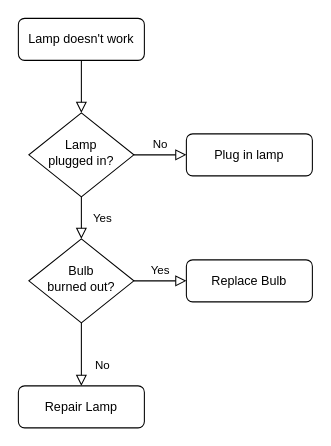
The draw.io diagram DrawIOFiles/MyFirstTest.drawio in vivelejrlee/DrawIO, before the edit. Source tidied: cells renumbered, new cells numbered last; positions are measured from the earlier drawing's top-left corner, leaving out a move shared by most shapes. Both pictures are drawn from the tidied source at 105%, with x=0, y=0 at pixel (18, 18).
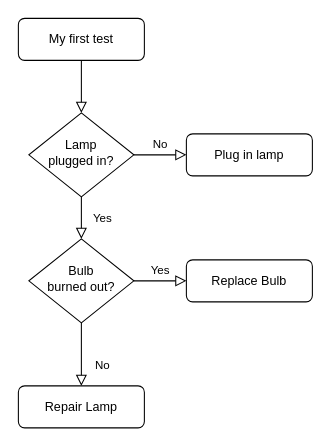
Above is the later version.

Change to the diagram source:
```diff
@@
 <mxGraphModel>
   <root>
     <mxCell id="0" />
     <mxCell id="1" parent="0" />
     <mxCell id="2" style="rounded=0;html=1;jettySize=auto;fontSize=11;endArrow=block;endFill=0;endSize=8;strokeWidth=1;shadow=0;labelBackgroundColor=none;edgeStyle=orthogonalEdgeStyle;" parent="1" edge="1" source="3" target="6">
       <mxGeometry relative="1" as="geometry" />
     </mxCell>
-    <mxCell id="3" value="Lamp doesn't work" style="rounded=1;whiteSpace=wrap;html=1;fontSize=12;glass=0;strokeWidth=1;shadow=0;" parent="1" vertex="1">
+    <mxCell id="3" value="My first test" style="rounded=1;whiteSpace=wrap;html=1;fontSize=12;glass=0;strokeWidth=1;shadow=0;" parent="1" vertex="1">
       <mxGeometry width="120" height="40" as="geometry" />
     </mxCell>
     <mxCell id="4" value="Yes" style="rounded=0;html=1;jettySize=auto;fontSize=11;endArrow=block;endFill=0;endSize=8;strokeWidth=1;shadow=0;labelBackgroundColor=none;edgeStyle=orthogonalEdgeStyle;" parent="1" edge="1" source="6" target="10">
       <mxGeometry y="20" relative="1" as="geometry" />
     </mxCell>
     <mxCell id="5" value="No" style="edgeStyle=orthogonalEdgeStyle;rounded=0;html=1;jettySize=auto;fontSize=11;endArrow=block;endFill=0;endSize=8;strokeWidth=1;shadow=0;labelBackgroundColor=none;" parent="1" edge="1" source="6" target="7">
       <mxGeometry y="10" relative="1" as="geometry" />
     </mxCell>
     <mxCell id="6" value="Lamp&lt;br&gt;plugged in?" style="rhombus;whiteSpace=wrap;html=1;shadow=0;fontFamily=Helvetica;fontSize=12;align=center;strokeWidth=1;spacing=6;spacingTop=-4;" parent="1" vertex="1">
       <mxGeometry x="10" y="90" width="100" height="80" as="geometry" />
     </mxCell>
     <mxCell id="7" value="Plug in lamp" style="rounded=1;whiteSpace=wrap;html=1;fontSize=12;glass=0;strokeWidth=1;shadow=0;" parent="1" vertex="1">
       <mxGeometry x="160" y="110" width="120" height="40" as="geometry" />
     </mxCell>
     <mxCell id="8" value="No" style="rounded=0;html=1;jettySize=auto;fontSize=11;endArrow=block;endFill=0;endSize=8;strokeWidth=1;shadow=0;labelBackgroundColor=none;edgeStyle=orthogonalEdgeStyle;" parent="1" edge="1" source="10" target="11">
       <mxGeometry x="0.33" y="20" relative="1" as="geometry" />
     </mxCell>
     <mxCell id="9" value="Yes" style="edgeStyle=orthogonalEdgeStyle;rounded=0;html=1;jettySize=auto;fontSize=11;endArrow=block;endFill=0;endSize=8;strokeWidth=1;shadow=0;labelBackgroundColor=none;" parent="1" edge="1" source="10" target="12">
       <mxGeometry y="10" relative="1" as="geometry" />
     </mxCell>
     <mxCell id="10" value="Bulb&lt;br&gt;burned out?" style="rhombus;whiteSpace=wrap;html=1;shadow=0;fontFamily=Helvetica;fontSize=12;align=center;strokeWidth=1;spacing=6;spacingTop=-4;" parent="1" vertex="1">
       <mxGeometry x="10" y="210" width="100" height="80" as="geometry" />
     </mxCell>
     <mxCell id="11" value="Repair Lamp" style="rounded=1;whiteSpace=wrap;html=1;fontSize=12;glass=0;strokeWidth=1;shadow=0;" parent="1" vertex="1">
       <mxGeometry y="350" width="120" height="40" as="geometry" />
     </mxCell>
     <mxCell id="12" value="Replace Bulb" style="rounded=1;whiteSpace=wrap;html=1;fontSize=12;glass=0;strokeWidth=1;shadow=0;" parent="1" vertex="1">
       <mxGeometry x="160" y="230" width="120" height="40" as="geometry" />
     </mxCell>
   </root>
 </mxGraphModel>
```
